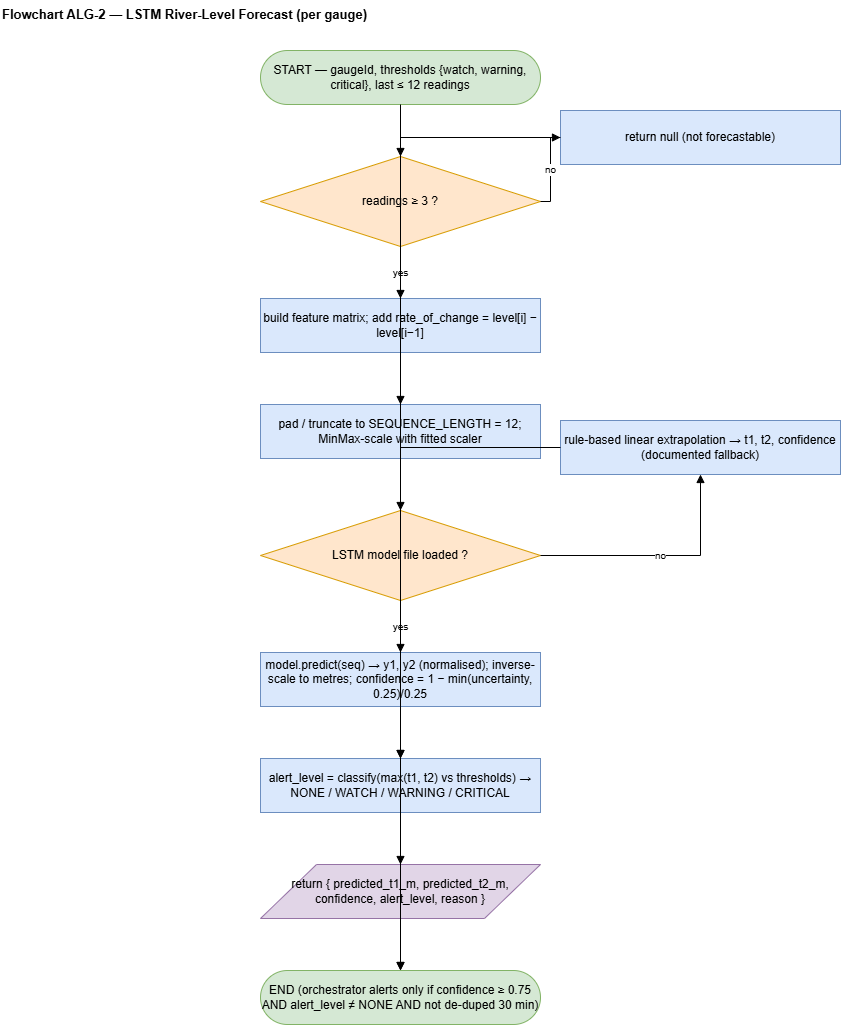
The draw.io diagram research-report-source/diagrams/pngs/Flowchart_ALG-2_LSTM_Water_Forecast.drawio.png in DeshanDV1003/Suraksha---Web-App, before a commit. Source tidied: cells renumbered, new cells last; positions are measured from the earlier drawing's top-left corner, leaving out a move shared by most shapes. Source of this version:
```xml
<mxGraphModel>
  <root>
    <mxCell id="0" />
    <mxCell id="1" parent="0" />
    <mxCell id="2" value="Flowchart ALG-2 — LSTM River-Level Forecast (per gauge)" style="text;html=1;fontStyle=1;fontSize=13;align=left;" parent="1" vertex="1">
      <mxGeometry width="820" height="26" as="geometry" />
    </mxCell>
    <mxCell id="3" value="START — gaugeId, thresholds {watch, warning, critical}, last ≤ 12 readings" style="rounded=1;arcSize=50;whiteSpace=wrap;html=1;fillColor=#d5e8d4;strokeColor=#82b366;" parent="1" vertex="1">
      <mxGeometry x="260" y="50" width="280" height="54" as="geometry" />
    </mxCell>
    <mxCell id="4" value="readings ≥ 3 ?" style="rhombus;whiteSpace=wrap;html=1;fillColor=#ffe6cc;strokeColor=#d79b00;" parent="1" vertex="1">
      <mxGeometry x="260" y="156" width="280" height="90" as="geometry" />
    </mxCell>
    <mxCell id="5" value="return null (not forecastable)" style="rounded=0;whiteSpace=wrap;html=1;fillColor=#dae8fc;strokeColor=#6c8ebf;" parent="1" vertex="1">
      <mxGeometry x="560" y="110" width="280" height="54" as="geometry" />
    </mxCell>
    <mxCell id="6" value="build feature matrix; add rate_of_change = level[i] − level[i−1]" style="rounded=0;whiteSpace=wrap;html=1;fillColor=#dae8fc;strokeColor=#6c8ebf;" parent="1" vertex="1">
      <mxGeometry x="260" y="298" width="280" height="54" as="geometry" />
    </mxCell>
    <mxCell id="7" value="pad / truncate to SEQUENCE_LENGTH = 12; MinMax-scale with fitted scaler" style="rounded=0;whiteSpace=wrap;html=1;fillColor=#dae8fc;strokeColor=#6c8ebf;" parent="1" vertex="1">
      <mxGeometry x="260" y="404" width="280" height="54" as="geometry" />
    </mxCell>
    <mxCell id="8" value="LSTM model file loaded ?" style="rhombus;whiteSpace=wrap;html=1;fillColor=#ffe6cc;strokeColor=#d79b00;" parent="1" vertex="1">
      <mxGeometry x="260" y="510" width="280" height="90" as="geometry" />
    </mxCell>
    <mxCell id="9" value="rule-based linear extrapolation → t1, t2, confidence (documented fallback)" style="rounded=0;whiteSpace=wrap;html=1;fillColor=#dae8fc;strokeColor=#6c8ebf;" parent="1" vertex="1">
      <mxGeometry x="560" y="420" width="280" height="54" as="geometry" />
    </mxCell>
    <mxCell id="10" value="model.predict(seq) → y1, y2 (normalised); inverse-scale to metres; confidence = 1 − min(uncertainty, 0.25)/0.25" style="rounded=0;whiteSpace=wrap;html=1;fillColor=#dae8fc;strokeColor=#6c8ebf;" parent="1" vertex="1">
      <mxGeometry x="260" y="652" width="280" height="54" as="geometry" />
    </mxCell>
    <mxCell id="11" value="alert_level = classify(max(t1, t2) vs thresholds) → NONE / WATCH / WARNING / CRITICAL" style="rounded=0;whiteSpace=wrap;html=1;fillColor=#dae8fc;strokeColor=#6c8ebf;" parent="1" vertex="1">
      <mxGeometry x="260" y="758" width="280" height="54" as="geometry" />
    </mxCell>
    <mxCell id="12" value="return { predicted_t1_m, predicted_t2_m, confidence, alert_level, reason }" style="shape=parallelogram;perimeter=parallelogramPerimeter;whiteSpace=wrap;html=1;fillColor=#e1d5e7;strokeColor=#9673a6;" parent="1" vertex="1">
      <mxGeometry x="260" y="864" width="280" height="54" as="geometry" />
    </mxCell>
    <mxCell id="13" value="END  (orchestrator alerts only if confidence ≥ 0.75 AND alert_level ≠ NONE AND not de-duped 30 min)" style="rounded=1;arcSize=50;whiteSpace=wrap;html=1;fillColor=#d5e8d4;strokeColor=#82b366;" parent="1" vertex="1">
      <mxGeometry x="260" y="970" width="280" height="54" as="geometry" />
    </mxCell>
    <mxCell id="14" style="edgeStyle=orthogonalEdgeStyle;rounded=0;html=1;endArrow=block;fontSize=10;" parent="1" edge="1" source="3" target="4">
      <mxGeometry relative="1" as="geometry" />
    </mxCell>
    <mxCell id="15" style="edgeStyle=orthogonalEdgeStyle;rounded=0;html=1;endArrow=block;fontSize=10;" parent="1" edge="1" source="6" target="7">
      <mxGeometry relative="1" as="geometry" />
    </mxCell>
    <mxCell id="16" style="edgeStyle=orthogonalEdgeStyle;rounded=0;html=1;endArrow=block;fontSize=10;" parent="1" edge="1" source="7" target="8">
      <mxGeometry relative="1" as="geometry" />
    </mxCell>
    <mxCell id="17" style="edgeStyle=orthogonalEdgeStyle;rounded=0;html=1;endArrow=block;fontSize=10;" parent="1" edge="1" source="10" target="11">
      <mxGeometry relative="1" as="geometry" />
    </mxCell>
    <mxCell id="18" style="edgeStyle=orthogonalEdgeStyle;rounded=0;html=1;endArrow=block;fontSize=10;" parent="1" edge="1" source="11" target="12">
      <mxGeometry relative="1" as="geometry" />
    </mxCell>
    <mxCell id="19" style="edgeStyle=orthogonalEdgeStyle;rounded=0;html=1;endArrow=block;fontSize=10;" parent="1" edge="1" source="12" target="13">
      <mxGeometry relative="1" as="geometry" />
    </mxCell>
    <mxCell id="20" value="yes" style="edgeStyle=orthogonalEdgeStyle;rounded=0;html=1;endArrow=block;fontSize=10;" parent="1" edge="1" source="4" target="6">
      <mxGeometry relative="1" as="geometry" />
    </mxCell>
    <mxCell id="21" value="no" style="edgeStyle=orthogonalEdgeStyle;rounded=0;html=1;endArrow=block;fontSize=10;" parent="1" edge="1" source="4" target="5">
      <mxGeometry relative="1" as="geometry" />
    </mxCell>
    <mxCell id="22" style="edgeStyle=orthogonalEdgeStyle;rounded=0;html=1;endArrow=block;fontSize=10;" parent="1" edge="1" source="5" target="13">
      <mxGeometry relative="1" as="geometry" />
    </mxCell>
    <mxCell id="23" value="yes" style="edgeStyle=orthogonalEdgeStyle;rounded=0;html=1;endArrow=block;fontSize=10;" parent="1" edge="1" source="8" target="10">
      <mxGeometry relative="1" as="geometry" />
    </mxCell>
    <mxCell id="24" value="no" style="edgeStyle=orthogonalEdgeStyle;rounded=0;html=1;endArrow=block;fontSize=10;" parent="1" edge="1" source="8" target="9">
      <mxGeometry relative="1" as="geometry" />
    </mxCell>
    <mxCell id="25" style="edgeStyle=orthogonalEdgeStyle;rounded=0;html=1;endArrow=block;fontSize=10;" parent="1" edge="1" source="9" target="11">
      <mxGeometry relative="1" as="geometry" />
    </mxCell>
  </root>
</mxGraphModel>
```
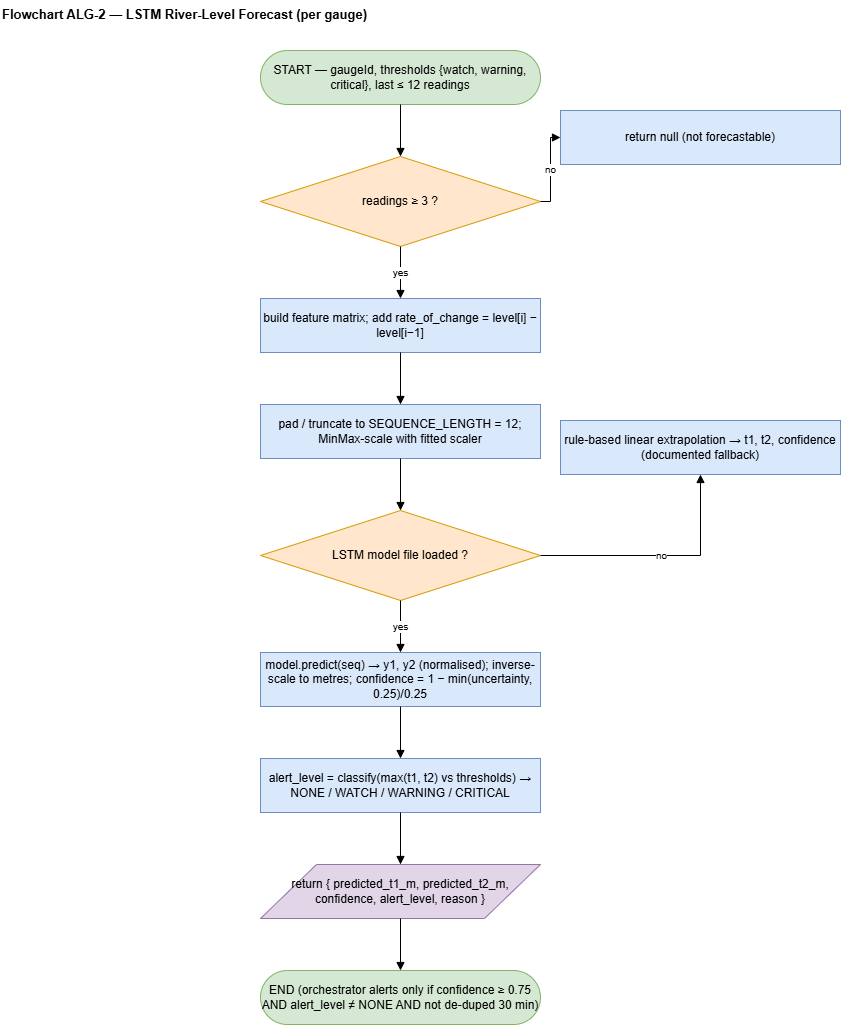
After the change.

Change to the diagram source:
```diff
@@ -62,17 +62,11 @@
     <mxCell id="21" value="no" style="edgeStyle=orthogonalEdgeStyle;rounded=0;html=1;endArrow=block;fontSize=10;" parent="1" edge="1" source="4" target="5">
       <mxGeometry relative="1" as="geometry" />
     </mxCell>
-    <mxCell id="22" style="edgeStyle=orthogonalEdgeStyle;rounded=0;html=1;endArrow=block;fontSize=10;" parent="1" edge="1" source="5" target="13">
-      <mxGeometry relative="1" as="geometry" />
-    </mxCell>
     <mxCell id="23" value="yes" style="edgeStyle=orthogonalEdgeStyle;rounded=0;html=1;endArrow=block;fontSize=10;" parent="1" edge="1" source="8" target="10">
       <mxGeometry relative="1" as="geometry" />
     </mxCell>
     <mxCell id="24" value="no" style="edgeStyle=orthogonalEdgeStyle;rounded=0;html=1;endArrow=block;fontSize=10;" parent="1" edge="1" source="8" target="9">
       <mxGeometry relative="1" as="geometry" />
     </mxCell>
-    <mxCell id="25" style="edgeStyle=orthogonalEdgeStyle;rounded=0;html=1;endArrow=block;fontSize=10;" parent="1" edge="1" source="9" target="11">
-      <mxGeometry relative="1" as="geometry" />
-    </mxCell>
   </root>
 </mxGraphModel>
```
